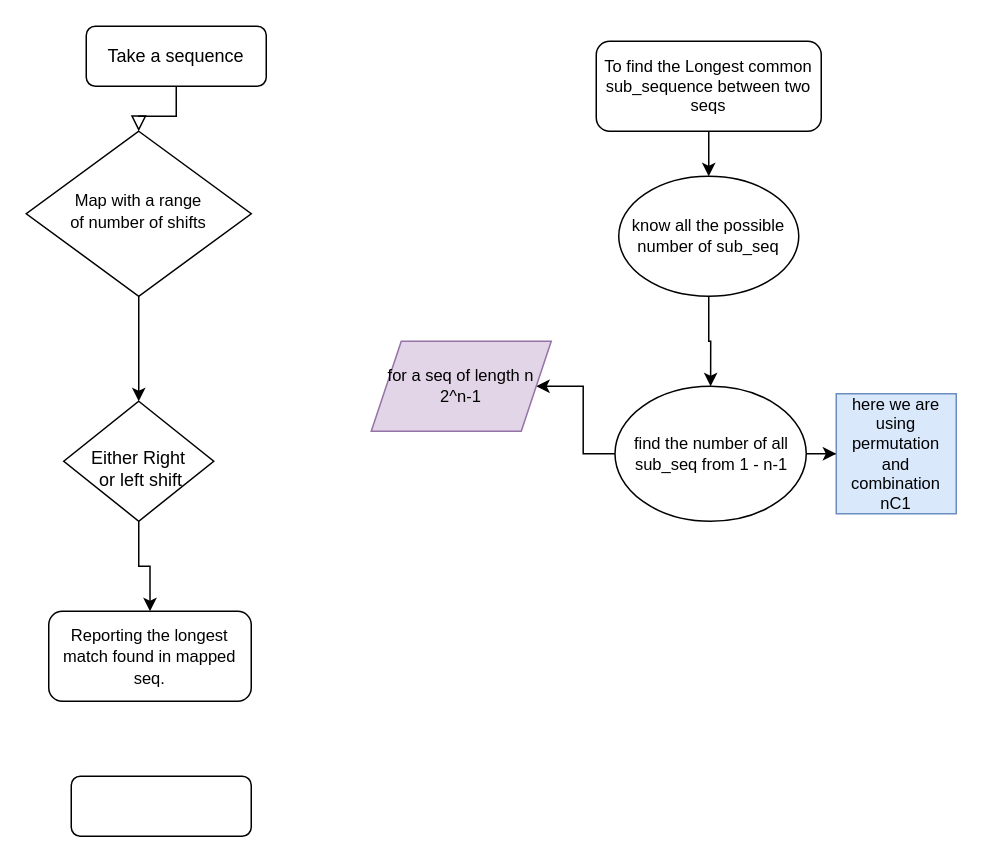
Above: Untitled Diagram.drawio in anukrati0306/anukrati0306 (draw.io), before the change. Source tidied: cells renumbered, new cells numbered last; positions are measured from the earlier drawing's top-left corner, leaving out a move shared by most shapes. Both pictures are drawn from the tidied source at 150%, with x=0, y=0 at pixel (26, 26).
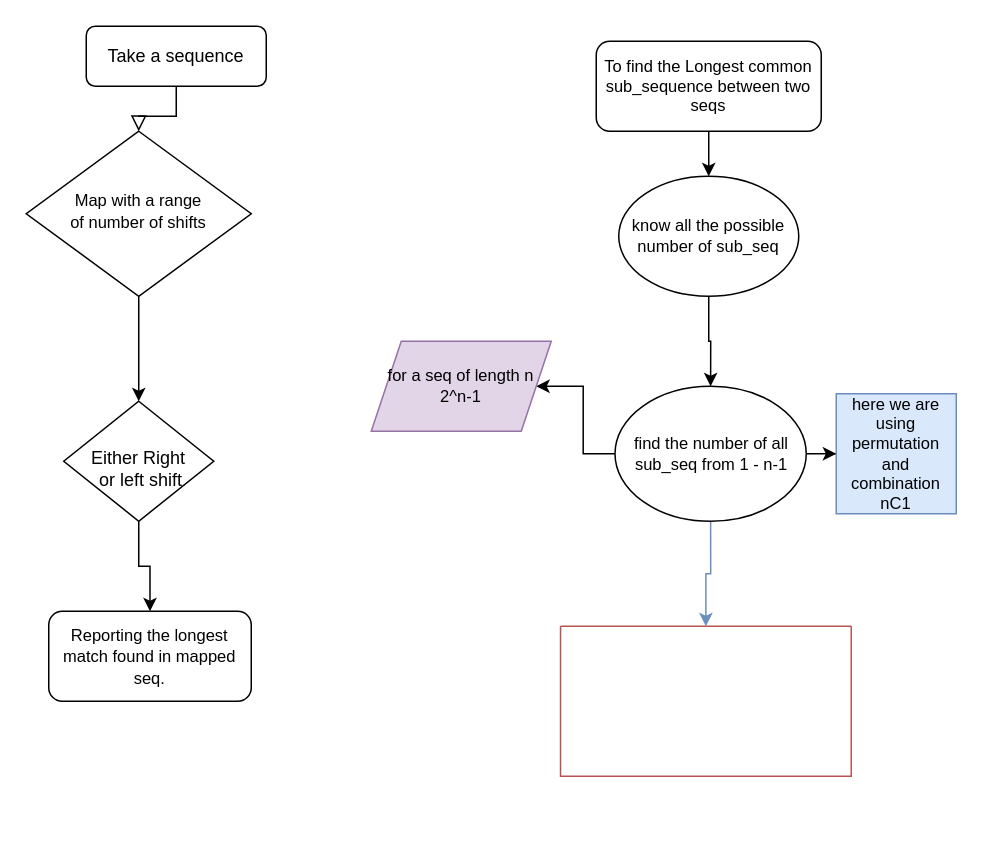
The same diagram, later.

Change to the diagram source:
```diff
@@
 <mxGraphModel>
   <root>
     <mxCell id="0" />
     <mxCell id="1" parent="0" />
     <mxCell id="2" style="rounded=0;html=1;jettySize=auto;fontSize=11;endArrow=block;endFill=0;endSize=8;strokeWidth=1;shadow=0;labelBackgroundColor=none;edgeStyle=orthogonalEdgeStyle;" parent="1" edge="1" source="3" target="5">
       <mxGeometry relative="1" as="geometry" />
     </mxCell>
     <mxCell id="3" value="Take a sequence" style="rounded=1;whiteSpace=wrap;html=1;fontSize=12;glass=0;strokeWidth=1;shadow=0;" parent="1" vertex="1">
       <mxGeometry x="40" width="120" height="40" as="geometry" />
     </mxCell>
     <mxCell id="4" style="edgeStyle=orthogonalEdgeStyle;rounded=0;jettySize=auto;html=1;fontSize=11;" parent="1" edge="1" source="5" target="7">
       <mxGeometry relative="1" as="geometry" />
     </mxCell>
     <mxCell id="5" value="&lt;div&gt;&lt;font style=&quot;font-size: 11px;&quot;&gt;Map with a range &lt;br&gt;&lt;/font&gt;&lt;/div&gt;&lt;div&gt;&lt;font style=&quot;font-size: 11px;&quot;&gt;of number of shifts&lt;/font&gt;&lt;/div&gt;" style="rhombus;whiteSpace=wrap;html=1;shadow=0;fontFamily=Helvetica;fontSize=12;align=center;strokeWidth=1;spacing=6;spacingTop=-4;" parent="1" vertex="1">
       <mxGeometry y="70" width="150" height="110" as="geometry" />
     </mxCell>
     <mxCell id="6" style="edgeStyle=orthogonalEdgeStyle;rounded=0;jettySize=auto;html=1;entryX=0.5;entryY=0;entryDx=0;entryDy=0;fontSize=11;" parent="1" edge="1" source="7" target="8">
       <mxGeometry relative="1" as="geometry" />
     </mxCell>
     <mxCell id="7" value="&lt;div&gt;&lt;br&gt;&lt;/div&gt;&lt;div&gt;Either Right&lt;/div&gt;&lt;div&gt;&amp;nbsp;or left shift&lt;/div&gt;" style="rhombus;whiteSpace=wrap;html=1;shadow=0;fontFamily=Helvetica;fontSize=12;align=center;strokeWidth=1;spacing=6;spacingTop=-4;" parent="1" vertex="1">
       <mxGeometry x="25" y="250" width="100" height="80" as="geometry" />
     </mxCell>
     <mxCell id="8" value="&lt;div&gt;&lt;font style=&quot;font-size: 11px;&quot;&gt;Reporting the longest&lt;/font&gt;&lt;/div&gt;&lt;div&gt;&lt;font style=&quot;font-size: 11px;&quot;&gt;match found in mapped seq.&lt;br&gt;&lt;/font&gt;&lt;/div&gt;" style="rounded=1;whiteSpace=wrap;html=1;fontSize=12;glass=0;strokeWidth=1;shadow=0;" parent="1" vertex="1">
       <mxGeometry x="15" y="390" width="135" height="60" as="geometry" />
     </mxCell>
-    <mxCell id="9" style="rounded=1;whiteSpace=wrap;html=1;fontSize=12;glass=0;strokeWidth=1;shadow=0;" parent="1" vertex="1">
-      <mxGeometry x="30" y="500" width="120" height="40" as="geometry" />
-    </mxCell>
     <mxCell id="10" style="edgeStyle=orthogonalEdgeStyle;rounded=0;jettySize=auto;html=1;fontSize=11;" parent="1" edge="1" source="11" target="13">
       <mxGeometry relative="1" as="geometry" />
     </mxCell>
     <mxCell id="11" value="To find the Longest common sub_sequence between two seqs" style="rounded=1;whiteSpace=wrap;html=1;fontSize=11;" parent="1" vertex="1">
       <mxGeometry x="380" y="10" width="150" height="60" as="geometry" />
     </mxCell>
     <mxCell id="12" style="edgeStyle=orthogonalEdgeStyle;rounded=0;jettySize=auto;html=1;fontSize=11;" parent="1" edge="1" source="13" target="16">
       <mxGeometry relative="1" as="geometry" />
     </mxCell>
     <mxCell id="13" value="know all the possible number of sub_seq " style="ellipse;whiteSpace=wrap;html=1;fontSize=11;" parent="1" vertex="1">
       <mxGeometry x="395" y="100" width="120" height="80" as="geometry" />
     </mxCell>
     <mxCell id="14" style="edgeStyle=orthogonalEdgeStyle;rounded=0;jettySize=auto;html=1;fontSize=11;" parent="1" edge="1" source="16" target="17">
       <mxGeometry relative="1" as="geometry" />
     </mxCell>
     <mxCell id="15" style="edgeStyle=orthogonalEdgeStyle;rounded=0;jettySize=auto;html=1;fontSize=11;" parent="1" edge="1" source="16" target="18">
       <mxGeometry relative="1" as="geometry" />
     </mxCell>
+    <mxCell id="19" style="edgeStyle=orthogonalEdgeStyle;rounded=0;jettySize=auto;html=1;fillColor=#dae8fc;strokeColor=#6c8ebf;" parent="1" edge="1" source="16" target="20">
+      <mxGeometry relative="1" as="geometry" />
+    </mxCell>
     <mxCell id="16" value="&lt;div&gt;find the number of all sub_seq from 1 - n-1&lt;/div&gt;" style="ellipse;whiteSpace=wrap;html=1;fontSize=11;" parent="1" vertex="1">
       <mxGeometry x="392.5" y="240" width="127.5" height="90" as="geometry" />
     </mxCell>
     <mxCell id="17" value="&lt;div&gt;here we are using permutation and combination&lt;/div&gt;&lt;div&gt;nC1&lt;br&gt;&lt;/div&gt;" style="whiteSpace=wrap;html=1;fontSize=11;fillColor=#dae8fc;strokeColor=#6c8ebf;" parent="1" vertex="1">
       <mxGeometry x="540" y="245" width="80" height="80" as="geometry" />
     </mxCell>
     <mxCell id="18" value="&lt;div&gt;for a seq of length n &lt;br&gt;&lt;/div&gt;&lt;div&gt;2^n-1&lt;br&gt;&lt;/div&gt;" style="shape=parallelogram;perimeter=parallelogramPerimeter;whiteSpace=wrap;html=1;fixedSize=1;fontSize=11;fillColor=#e1d5e7;strokeColor=#9673a6;" parent="1" vertex="1">
       <mxGeometry x="230" y="210" width="120" height="60" as="geometry" />
     </mxCell>
+    <mxCell id="20" style="swimlane;startSize=0;fillColor=#f8cecc;strokeColor=#b85450;" parent="1" vertex="1">
+      <mxGeometry x="356.2" y="400" width="193.8" height="100" as="geometry" />
+    </mxCell>
   </root>
 </mxGraphModel>
```
